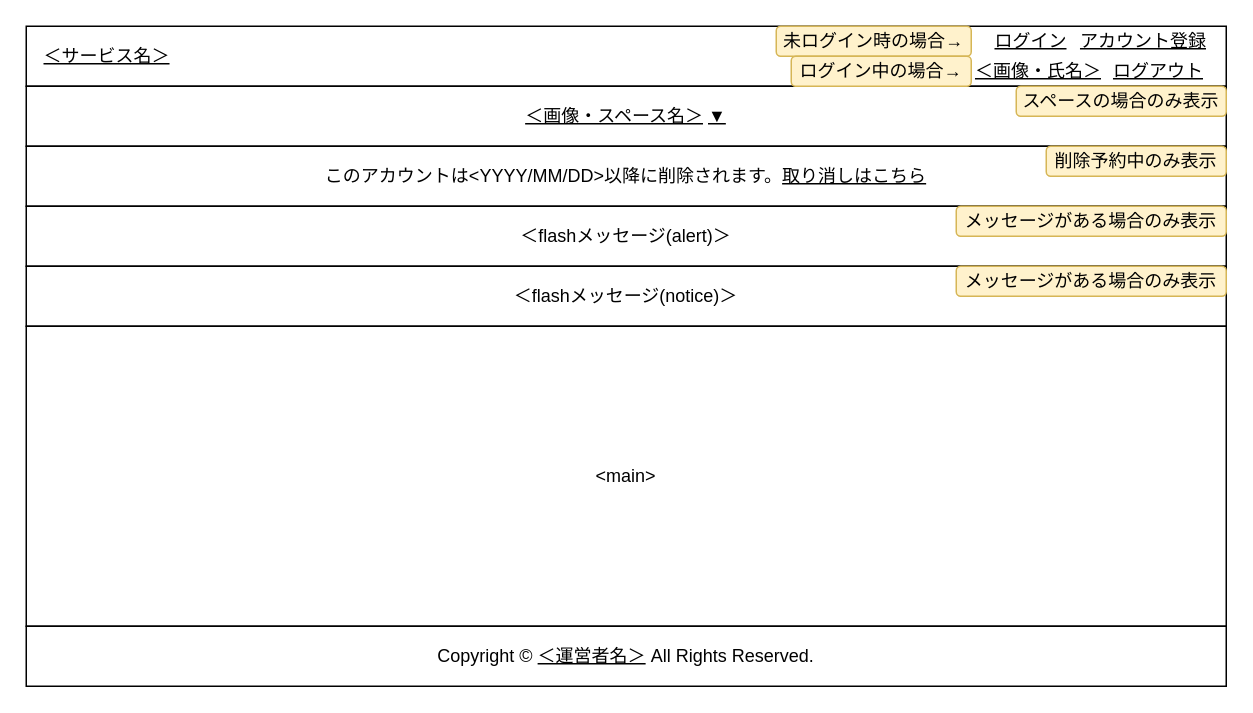
Before: 設計/画面設計/レイアウト.drawio in nightonlypj/rails-app-origin, a draw.io diagram. Source tidied: cells renumbered, new cells numbered last; positions are measured from the earlier drawing's top-left corner, leaving out a move shared by most shapes. Both pictures are drawn from the tidied source at 150%, with x=0, y=0 at pixel (26, 26).
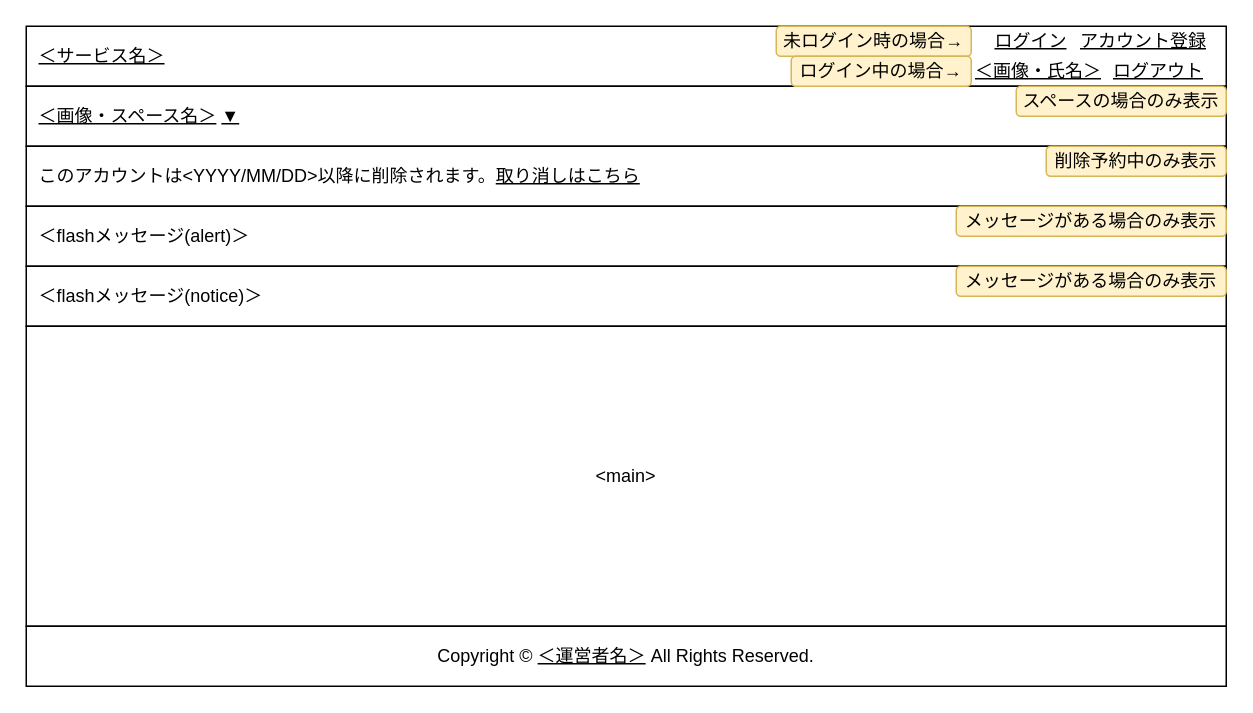
Above is the later version.

The edit, as a diff of the source:
```diff
@@
 <mxGraphModel>
   <root>
     <mxCell id="0" />
     <mxCell id="1" parent="0" />
-    <mxCell id="2" style="rounded=0;whiteSpace=wrap;html=1;fillColor=none;" parent="1" vertex="1">
+    <mxCell id="2" value="&amp;nbsp;&amp;nbsp;&lt;u&gt;＜サービス名＞&lt;/u&gt;" style="rounded=0;whiteSpace=wrap;html=1;fillColor=none;align=left;" parent="1" vertex="1">
       <mxGeometry width="800" height="40" as="geometry" />
     </mxCell>
-    <mxCell id="3" value="&lt;u&gt;＜サービス名＞&lt;/u&gt;" style="text;html=1;strokeColor=none;fillColor=none;align=left;verticalAlign=middle;whiteSpace=wrap;rounded=0;" parent="1" vertex="1">
-      <mxGeometry x="10" y="10" width="90" height="20" as="geometry" />
-    </mxCell>
     <mxCell id="4" value="ログイン" style="text;html=1;strokeColor=none;fillColor=none;align=center;verticalAlign=middle;whiteSpace=wrap;rounded=0;fontStyle=4;" parent="1" vertex="1">
       <mxGeometry x="640" width="60" height="20" as="geometry" />
     </mxCell>
     <mxCell id="5" value="アカウント登録" style="text;html=1;strokeColor=none;fillColor=none;align=center;verticalAlign=middle;whiteSpace=wrap;rounded=0;fontStyle=4;" parent="1" vertex="1">
       <mxGeometry x="700" width="90" height="20" as="geometry" />
     </mxCell>
     <mxCell id="6" value="ログアウト" style="text;html=1;strokeColor=none;fillColor=none;align=center;verticalAlign=middle;whiteSpace=wrap;rounded=0;fontStyle=4;" parent="1" vertex="1">
       <mxGeometry x="720" y="20" width="70" height="20" as="geometry" />
     </mxCell>
     <mxCell id="7" value="＜画像・氏名＞" style="text;html=1;strokeColor=none;fillColor=none;align=center;verticalAlign=middle;whiteSpace=wrap;rounded=0;fontStyle=4;" parent="1" vertex="1">
       <mxGeometry x="630" y="20" width="90" height="20" as="geometry" />
     </mxCell>
     <mxCell id="8" value="&amp;lt;main&amp;gt;" style="rounded=0;whiteSpace=wrap;html=1;fillColor=none;" parent="1" vertex="1">
       <mxGeometry y="200" width="800" height="200" as="geometry" />
     </mxCell>
     <mxCell id="9" value="&lt;span&gt;Copyright ©&amp;nbsp;&lt;/span&gt;&lt;u&gt;＜運営者名＞&lt;/u&gt;&lt;span&gt;&amp;nbsp;All Rights Reserved.&lt;/span&gt;" style="rounded=0;whiteSpace=wrap;html=1;fillColor=none;" parent="1" vertex="1">
       <mxGeometry y="400" width="800" height="40" as="geometry" />
     </mxCell>
-    <mxCell id="10" value="このアカウントは&amp;lt;YYYY/MM/DD&amp;gt;以降に削除されます。&lt;u&gt;取り消しはこちら&lt;/u&gt;" style="rounded=0;whiteSpace=wrap;html=1;fillColor=none;" parent="1" vertex="1">
+    <mxCell id="10" value="&amp;nbsp; このアカウントは&amp;lt;YYYY/MM/DD&amp;gt;以降に削除されます。&lt;u&gt;取り消しはこちら&lt;/u&gt;" style="rounded=0;whiteSpace=wrap;html=1;fillColor=none;align=left;" parent="1" vertex="1">
       <mxGeometry y="80" width="800" height="40" as="geometry" />
     </mxCell>
-    <mxCell id="11" value="＜flashメッセージ(alert)＞" style="rounded=0;whiteSpace=wrap;html=1;fillColor=none;" parent="1" vertex="1">
+    <mxCell id="11" value="&amp;nbsp; ＜flashメッセージ(alert)＞" style="rounded=0;whiteSpace=wrap;html=1;fillColor=none;align=left;" parent="1" vertex="1">
       <mxGeometry y="120" width="800" height="40" as="geometry" />
     </mxCell>
-    <mxCell id="12" value="＜flashメッセージ(notice)＞" style="rounded=0;whiteSpace=wrap;html=1;fillColor=none;" parent="1" vertex="1">
+    <mxCell id="12" value="&amp;nbsp; ＜flashメッセージ(notice)＞" style="rounded=0;whiteSpace=wrap;html=1;fillColor=none;align=left;" parent="1" vertex="1">
       <mxGeometry y="160" width="800" height="40" as="geometry" />
     </mxCell>
-    <mxCell id="13" value="&lt;u style=&quot;font-family: &amp;#34;helvetica&amp;#34;&quot;&gt;＜画像・スペース名＞&lt;/u&gt;&lt;span style=&quot;font-family: &amp;#34;helvetica&amp;#34;&quot;&gt; &lt;/span&gt;&lt;u style=&quot;font-family: &amp;#34;helvetica&amp;#34;&quot;&gt;▼&lt;/u&gt;" style="rounded=0;whiteSpace=wrap;html=1;fillColor=none;" parent="1" vertex="1">
+    <mxCell id="13" value="&lt;span style=&quot;font-family: &amp;#34;helvetica&amp;#34;&quot;&gt;&amp;nbsp; &lt;/span&gt;&lt;u style=&quot;font-family: &amp;#34;helvetica&amp;#34;&quot;&gt;＜画像・スペース名＞&lt;/u&gt;&lt;span style=&quot;font-family: &amp;#34;helvetica&amp;#34;&quot;&gt; &lt;/span&gt;&lt;u style=&quot;font-family: &amp;#34;helvetica&amp;#34;&quot;&gt;▼&lt;/u&gt;" style="rounded=0;whiteSpace=wrap;html=1;fillColor=none;align=left;" parent="1" vertex="1">
       <mxGeometry y="40" width="800" height="40" as="geometry" />
     </mxCell>
     <mxCell id="14" value="未ログイン時の場合→" style="rounded=1;whiteSpace=wrap;html=1;fillColor=#fff2cc;strokeColor=#d6b656;" parent="1" vertex="1">
       <mxGeometry x="500" width="130" height="20" as="geometry" />
     </mxCell>
     <mxCell id="15" value="ログイン中の場合→" style="rounded=1;whiteSpace=wrap;html=1;fillColor=#fff2cc;strokeColor=#d6b656;" parent="1" vertex="1">
       <mxGeometry x="510" y="20" width="120" height="20" as="geometry" />
     </mxCell>
     <mxCell id="16" value="削除予約中のみ表示" style="rounded=1;whiteSpace=wrap;html=1;fillColor=#fff2cc;strokeColor=#d6b656;" parent="1" vertex="1">
       <mxGeometry x="680" y="80" width="120" height="20" as="geometry" />
     </mxCell>
     <mxCell id="17" value="メッセージがある場合のみ表示" style="rounded=1;whiteSpace=wrap;html=1;fillColor=#fff2cc;strokeColor=#d6b656;" parent="1" vertex="1">
       <mxGeometry x="620" y="120" width="180" height="20" as="geometry" />
     </mxCell>
     <mxCell id="18" value="メッセージがある場合のみ表示" style="rounded=1;whiteSpace=wrap;html=1;fillColor=#fff2cc;strokeColor=#d6b656;" parent="1" vertex="1">
       <mxGeometry x="620" y="160" width="180" height="20" as="geometry" />
     </mxCell>
     <mxCell id="19" value="スペースの場合のみ表示" style="rounded=1;whiteSpace=wrap;html=1;fillColor=#fff2cc;strokeColor=#d6b656;" parent="1" vertex="1">
       <mxGeometry x="660" y="40" width="140" height="20" as="geometry" />
     </mxCell>
   </root>
 </mxGraphModel>
```
